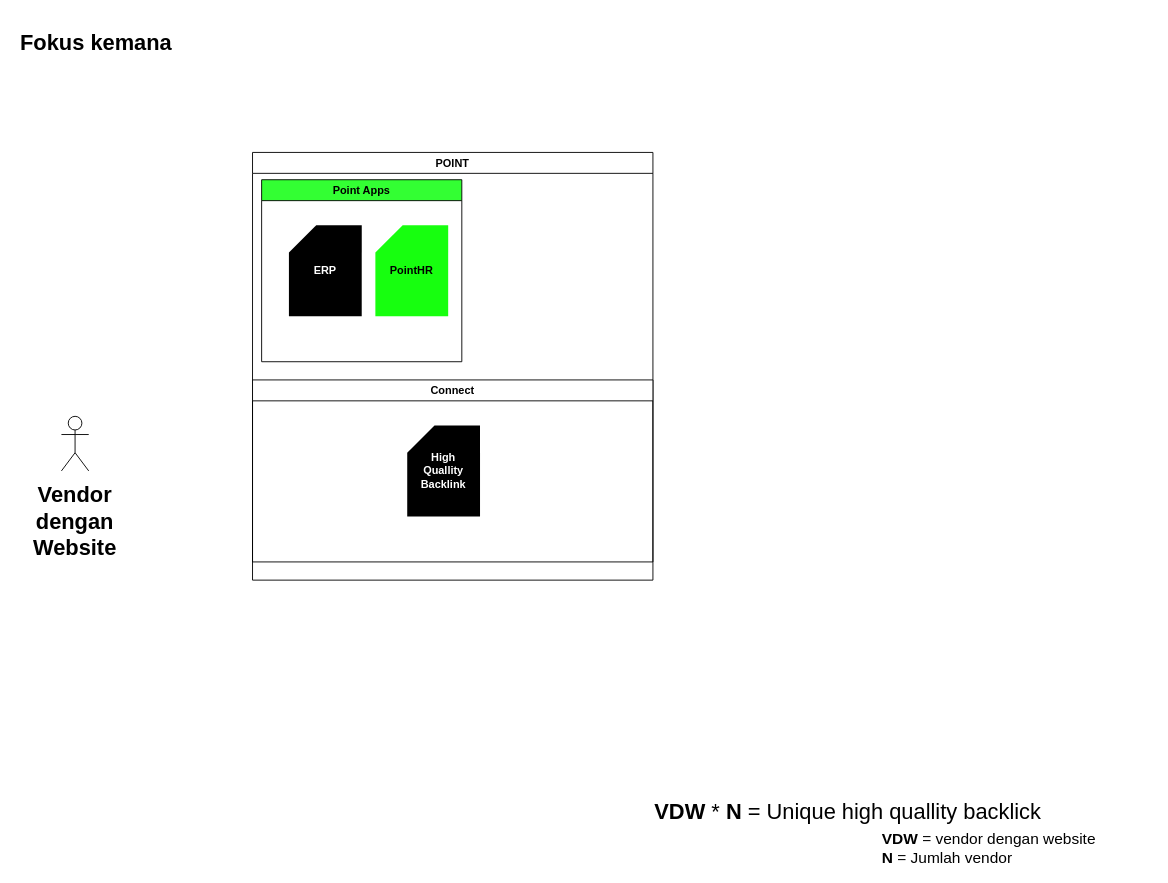
This is Untitled Diagram.drawio from rizkiaprita/diagram, a draw.io file, before an edit. Source tidied: cells renumbered, new cells numbered last; positions are measured from the earlier drawing's top-left corner, leaving out a move shared by most shapes. Both pictures are drawn from the tidied source at 91%, with x=0, y=0 at pixel (15, 25).
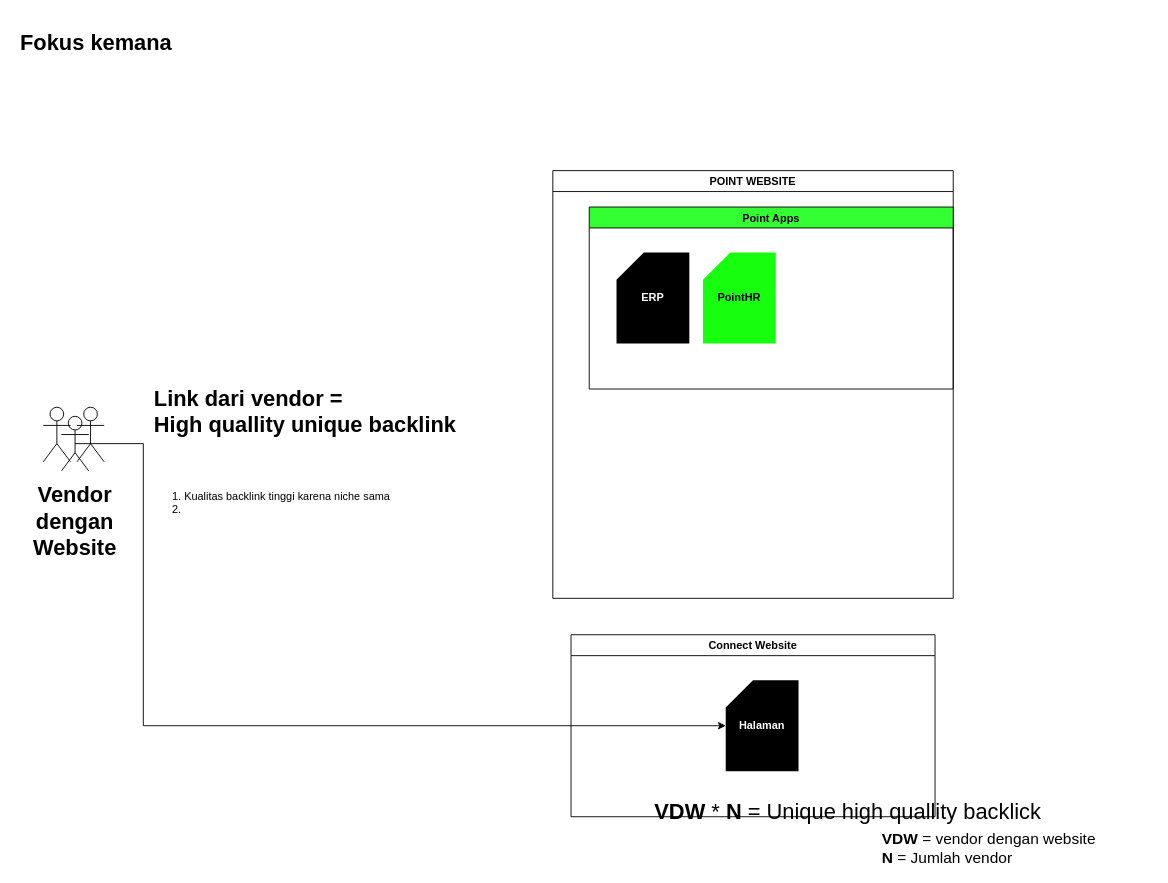
Above is the later version.

The edit, as a diff of the source:
```diff
@@
 <mxGraphModel>
   <root>
     <mxCell id="0" />
     <mxCell id="1" parent="0" />
-    <mxCell id="2" value="POINT" style="swimlane;" parent="1" vertex="1">
-      <mxGeometry x="260" y="140" width="440" height="470" as="geometry" />
+    <mxCell id="2" value="POINT WEBSITE" style="swimlane;" parent="1" vertex="1">
+      <mxGeometry x="590" y="160" width="440" height="470" as="geometry" />
     </mxCell>
     <mxCell id="3" value="Point Apps" style="swimlane;fillColor=#33FF33;" parent="2" vertex="1">
-      <mxGeometry x="10" y="30" width="220" height="200" as="geometry" />
+      <mxGeometry x="40" y="40" width="400" height="200" as="geometry" />
     </mxCell>
     <mxCell id="4" value="ERP" style="shape=card;whiteSpace=wrap;html=1;fontColor=#FFFFFF;fillColor=#000000;strokeColor=none;fontStyle=1;" parent="3" vertex="1">
       <mxGeometry x="30" y="50" width="80" height="100" as="geometry" />
     </mxCell>
     <mxCell id="5" value="PointHR" style="shape=card;whiteSpace=wrap;html=1;fontColor=#000000;fillColor=#17FF0F;strokeColor=none;fontStyle=1;" parent="3" vertex="1">
       <mxGeometry x="125" y="50" width="80" height="100" as="geometry" />
     </mxCell>
-    <mxCell id="6" value="Connect" style="swimlane;" parent="2" vertex="1">
-      <mxGeometry y="250" width="440" height="200" as="geometry" />
-    </mxCell>
-    <mxCell id="7" value="High&lt;br&gt;Quallity Backlink" style="shape=card;whiteSpace=wrap;html=1;fontColor=#FFFFFF;fillColor=#000000;strokeColor=none;fontStyle=1;" parent="6" vertex="1">
-      <mxGeometry x="170" y="50" width="80" height="100" as="geometry" />
-    </mxCell>
     <mxCell id="8" value="&lt;h1&gt;Fokus kemana&lt;/h1&gt;" style="text;html=1;strokeColor=none;fillColor=none;spacing=5;spacingTop=-20;whiteSpace=wrap;overflow=hidden;rounded=0;fontColor=#000000;" parent="1" vertex="1">
       <mxGeometry width="250" height="40" as="geometry" />
     </mxCell>
     <mxCell id="9" value="&lt;b&gt;VDW &lt;/b&gt;= vendor dengan website&lt;br&gt;&lt;b&gt;N&lt;/b&gt; = Jumlah vendor" style="text;html=1;strokeColor=none;fillColor=none;align=left;verticalAlign=middle;whiteSpace=wrap;rounded=0;fontSize=17;fontColor=#000000;" parent="1" vertex="1">
       <mxGeometry x="950" y="890" width="300" height="30" as="geometry" />
     </mxCell>
     <mxCell id="10" value="&lt;b&gt;VDW&lt;/b&gt; * &lt;b&gt;N&lt;/b&gt; = Unique high quallity backlick" style="text;html=1;strokeColor=none;fillColor=none;align=left;verticalAlign=middle;whiteSpace=wrap;rounded=0;fontSize=24;fontColor=#000000;" parent="1" vertex="1">
       <mxGeometry x="700" y="850" width="440" height="30" as="geometry" />
     </mxCell>
+    <mxCell id="12" style="edgeStyle=orthogonalEdgeStyle;rounded=0;jettySize=auto;html=1;exitX=0.5;exitY=0.5;exitDx=0;exitDy=0;exitPerimeter=0;fontSize=24;fontColor=#000000;" parent="1" edge="1" source="11" target="7">
+      <mxGeometry relative="1" as="geometry">
+        <Array as="points">
+          <mxPoint x="140" y="460" />
+          <mxPoint x="140" y="770" />
+        </Array>
+      </mxGeometry>
+    </mxCell>
     <mxCell id="11" value="Vendor&#10;dengan&#10;Website" style="shape=umlActor;verticalLabelPosition=bottom;verticalAlign=top;outlineConnect=0;fontSize=24;fontColor=#000000;strokeColor=default;fillColor=#FFFFFF;fontStyle=1;spacingTop=5;" parent="1" vertex="1">
       <mxGeometry x="50" y="430" width="30" height="60" as="geometry" />
     </mxCell>
+    <mxCell id="13" style="shape=umlActor;verticalLabelPosition=bottom;verticalAlign=top;fontSize=24;fontColor=#000000;strokeColor=default;fillColor=#FFFFFF;fontStyle=1;spacingTop=5;" parent="1" vertex="1">
+      <mxGeometry x="30" y="420" width="30" height="60" as="geometry" />
+    </mxCell>
+    <mxCell id="14" style="shape=umlActor;verticalLabelPosition=bottom;verticalAlign=top;fontSize=24;fontColor=#000000;strokeColor=default;fillColor=#FFFFFF;fontStyle=1;spacingTop=5;" parent="1" vertex="1">
+      <mxGeometry x="67" y="420" width="30" height="60" as="geometry" />
+    </mxCell>
+    <mxCell id="15" value="1. Kualitas backlink tinggi karena niche sama&lt;br&gt;2.&amp;nbsp;" style="text;html=1;strokeColor=none;fillColor=none;align=left;verticalAlign=middle;whiteSpace=wrap;rounded=0;fontSize=12;fontColor=#000000;" parent="1" vertex="1">
+      <mxGeometry x="170" y="510" width="250" height="30" as="geometry" />
+    </mxCell>
+    <mxCell id="16" value="Link dari vendor =&lt;br&gt;High quallity unique backlink" style="text;html=1;strokeColor=none;fillColor=none;align=left;verticalAlign=middle;whiteSpace=wrap;rounded=0;fontSize=24;fontColor=#000000;fontStyle=1;" parent="1" vertex="1">
+      <mxGeometry x="150" y="410" width="350" height="30" as="geometry" />
+    </mxCell>
+    <mxCell id="6" value="Connect Website" style="swimlane;" parent="1" vertex="1">
+      <mxGeometry x="610" y="670" width="400" height="200" as="geometry" />
+    </mxCell>
+    <mxCell id="7" value="Halaman" style="shape=card;whiteSpace=wrap;html=1;fontColor=#FFFFFF;fillColor=#000000;strokeColor=none;fontStyle=1;" parent="6" vertex="1">
+      <mxGeometry x="170" y="50" width="80" height="100" as="geometry" />
+    </mxCell>
   </root>
 </mxGraphModel>
```
